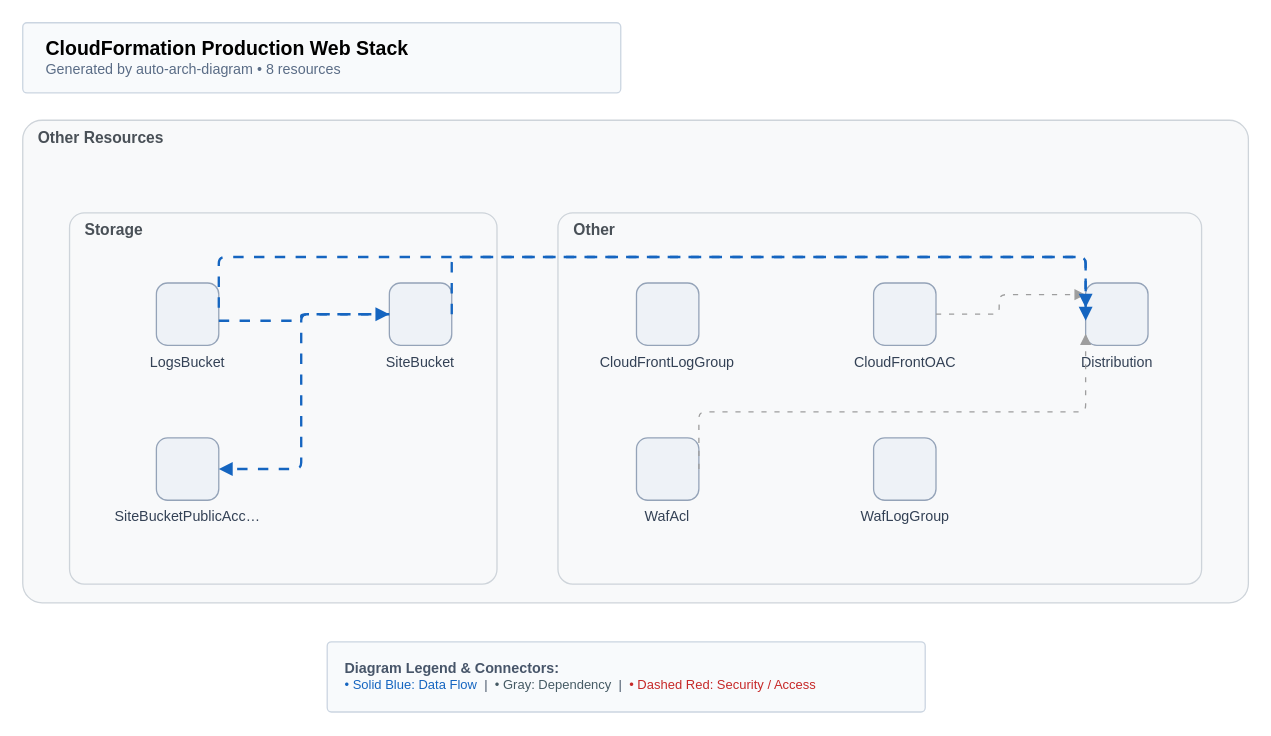
suryakumaran2611/auto-arch-diagram keeps this draw.io diagram as examples/serverless-website/aws/cloudformation/architecture-diagram.drawio. Above is the earlier version. Source tidied: cells renumbered, new cells numbered last; positions are measured from the earlier drawing's top-left corner, leaving out a move shared by most shapes. Both pictures are drawn from the tidied source at 130%, with x=0, y=0 at pixel (22, 22).
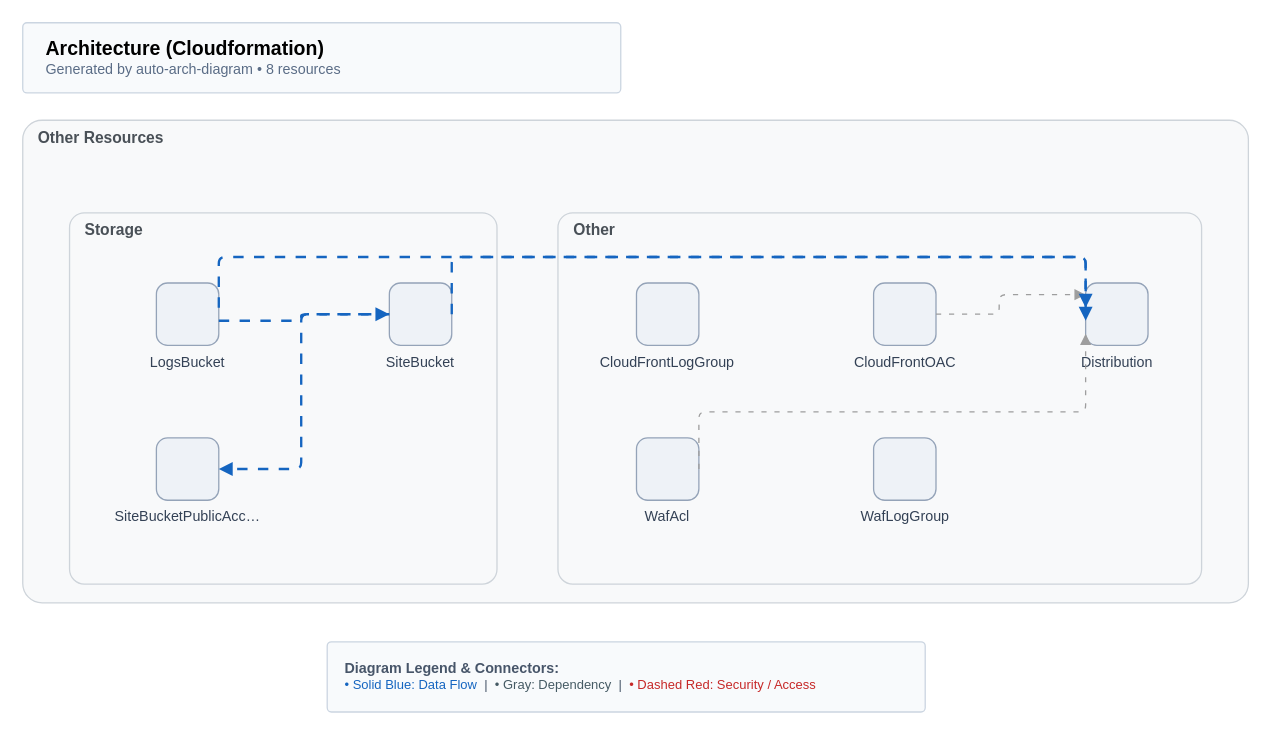
The same diagram, later.

Diff of the diagram source:
```diff
@@
-    <mxCell id="2" value="&lt;b style='font-size:15px;'&gt;CloudFormation Production Web Stack&lt;/b&gt;&lt;br/&gt;&lt;span style='font-size:11px;color:#5A6C86;'&gt;Generated by auto-arch-diagram &amp;bull; 8 resources&lt;/span&gt;" style="rounded=1;whiteSpace=wrap;html=1;arcSize=6;fillColor=#F8FAFC;strokeColor=#CBD5E1;strokeWidth=1;align=left;spacingLeft=16;verticalAlign=middle;" parent="1" vertex="1">
+    <mxCell id="2" value="&lt;b style='font-size:15px;'&gt;Architecture (Cloudformation)&lt;/b&gt;&lt;br/&gt;&lt;span style='font-size:11px;color:#5A6C86;'&gt;Generated by auto-arch-diagram &amp;bull; 8 resources&lt;/span&gt;" style="rounded=1;whiteSpace=wrap;html=1;arcSize=6;fillColor=#F8FAFC;strokeColor=#CBD5E1;strokeWidth=1;align=left;spacingLeft=16;verticalAlign=middle;" parent="1" vertex="1">
       <mxGeometry width="460" height="54" as="geometry" />
     </mxCell>
```
